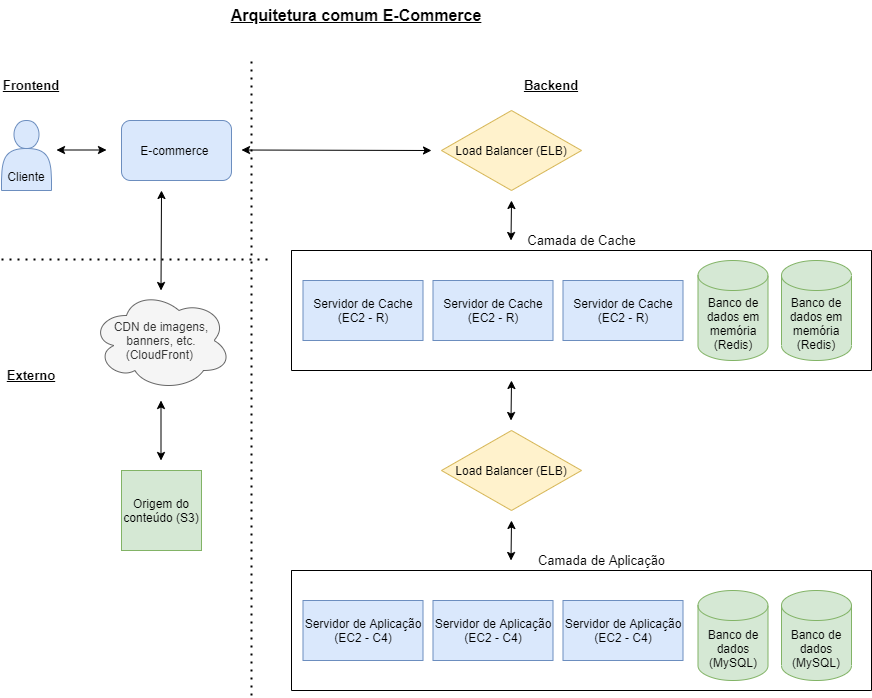
This is e-commerce.drawio.png from delesposte/Architecture, a draw.io export, as it was before one commit. Source tidied: cells renumbered, new cells last; positions are measured from the earlier drawing's top-left corner, leaving out a move shared by most shapes. Source of this version:
```xml
<mxGraphModel>
  <root>
    <mxCell id="0" />
    <mxCell id="1" parent="0" />
    <mxCell id="2" value="&lt;br&gt;&lt;br&gt;&lt;br&gt;Cliente" style="shape=actor;whiteSpace=wrap;html=1;fillColor=#dae8fc;strokeColor=#6c8ebf;" parent="1" vertex="1">
      <mxGeometry y="120" width="50" height="70" as="geometry" />
    </mxCell>
    <mxCell id="3" value="E-commerce&amp;nbsp;" style="rounded=1;whiteSpace=wrap;html=1;fillColor=#dae8fc;strokeColor=#6c8ebf;" parent="1" vertex="1">
      <mxGeometry x="120" y="120" width="110" height="60" as="geometry" />
    </mxCell>
    <mxCell id="4" style="endArrow=classic;startArrow=classic;html=1;rounded=0;" parent="1" edge="1">
      <mxGeometry relative="1" as="geometry">
        <mxPoint x="105" y="149.5" as="sourcePoint" />
        <mxPoint x="55" y="149.5" as="targetPoint" />
      </mxGeometry>
    </mxCell>
    <mxCell id="5" value="CDN de imagens, banners, etc. (CloudFront)&amp;nbsp;" style="ellipse;shape=cloud;whiteSpace=wrap;html=1;fillColor=#f5f5f5;fontColor=#333333;strokeColor=#666666;" parent="1" vertex="1">
      <mxGeometry x="90" y="290" width="140" height="100" as="geometry" />
    </mxCell>
    <mxCell id="6" style="endArrow=classic;startArrow=classic;html=1;rounded=0;" parent="1" edge="1">
      <mxGeometry relative="1" as="geometry">
        <mxPoint x="159.5" y="460" as="sourcePoint" />
        <mxPoint x="159.5" y="400" as="targetPoint" />
      </mxGeometry>
    </mxCell>
    <mxCell id="7" value="Origem do conteúdo (S3)" style="whiteSpace=wrap;html=1;fillColor=#d5e8d4;strokeColor=#82b366;" parent="1" vertex="1">
      <mxGeometry x="120" y="470" width="80" height="80" as="geometry" />
    </mxCell>
    <mxCell id="8" style="endArrow=classic;startArrow=classic;html=1;rounded=0;" parent="1" edge="1">
      <mxGeometry relative="1" as="geometry">
        <mxPoint x="159.5" y="290" as="sourcePoint" />
        <mxPoint x="160" y="190" as="targetPoint" />
      </mxGeometry>
    </mxCell>
    <mxCell id="9" value="Load Balancer (ELB)" style="rhombus;whiteSpace=wrap;html=1;fillColor=#fff2cc;strokeColor=#d6b656;" parent="1" vertex="1">
      <mxGeometry x="440" y="110" width="140" height="80" as="geometry" />
    </mxCell>
    <mxCell id="10" style="endArrow=classic;startArrow=classic;html=1;rounded=0;" parent="1" edge="1">
      <mxGeometry relative="1" as="geometry">
        <mxPoint x="430" y="150" as="sourcePoint" />
        <mxPoint x="240" y="149.5" as="targetPoint" />
      </mxGeometry>
    </mxCell>
    <mxCell id="11" style="endArrow=none;dashed=1;html=1;dashPattern=1 3;strokeWidth=2;rounded=0;" parent="1" edge="1">
      <mxGeometry relative="1" as="geometry">
        <mxPoint x="250" y="695" as="sourcePoint" />
        <mxPoint x="250" y="55" as="targetPoint" />
      </mxGeometry>
    </mxCell>
    <mxCell id="12" value="Frontend" style="text;html=1;strokeColor=none;fillColor=none;align=center;verticalAlign=middle;whiteSpace=wrap;rounded=0;fontSize=13;fontStyle=5;" parent="1" vertex="1">
      <mxGeometry y="70" width="60" height="30" as="geometry" />
    </mxCell>
    <mxCell id="13" value="Backend" style="text;html=1;strokeColor=none;fillColor=none;align=center;verticalAlign=middle;whiteSpace=wrap;rounded=0;fontStyle=5;fontSize=13;" parent="1" vertex="1">
      <mxGeometry x="520" y="70" width="60" height="30" as="geometry" />
    </mxCell>
    <mxCell id="14" style="endArrow=none;dashed=1;html=1;dashPattern=1 3;strokeWidth=2;rounded=0;" parent="1" edge="1">
      <mxGeometry relative="1" as="geometry">
        <mxPoint y="259" as="sourcePoint" />
        <mxPoint x="270" y="259" as="targetPoint" />
      </mxGeometry>
    </mxCell>
    <mxCell id="15" value="Externo" style="text;html=1;strokeColor=none;fillColor=none;align=center;verticalAlign=middle;whiteSpace=wrap;rounded=0;fontStyle=5;fontSize=13;" parent="1" vertex="1">
      <mxGeometry y="360" width="60" height="30" as="geometry" />
    </mxCell>
    <mxCell id="16" value="Load Balancer (ELB)" style="rhombus;whiteSpace=wrap;html=1;fillColor=#fff2cc;strokeColor=#d6b656;" parent="1" vertex="1">
      <mxGeometry x="440" y="430" width="140" height="80" as="geometry" />
    </mxCell>
    <mxCell id="17" style="swimlane;startSize=0;" parent="1" vertex="1">
      <mxGeometry x="290" y="250" width="580" height="120" as="geometry" />
    </mxCell>
    <mxCell id="18" value="Banco de dados em memória (Redis)" style="shape=cylinder3;whiteSpace=wrap;html=1;boundedLbl=1;backgroundOutline=1;size=15;fillColor=#d5e8d4;strokeColor=#82b366;" parent="17" vertex="1">
      <mxGeometry x="406.5" y="10" width="70" height="100" as="geometry" />
    </mxCell>
    <mxCell id="19" value="Servidor de Cache (EC2 - R)" style="rounded=0;whiteSpace=wrap;html=1;fillColor=#dae8fc;strokeColor=#6c8ebf;" parent="17" vertex="1">
      <mxGeometry x="11.5" y="30" width="120" height="60" as="geometry" />
    </mxCell>
    <mxCell id="20" value="&lt;span&gt;Servidor de Cache (EC2 - R)&lt;/span&gt;" style="rounded=0;whiteSpace=wrap;html=1;fillColor=#dae8fc;strokeColor=#6c8ebf;" parent="17" vertex="1">
      <mxGeometry x="141.5" y="30" width="120" height="60" as="geometry" />
    </mxCell>
    <mxCell id="21" value="&lt;span&gt;Servidor de Cache (EC2 - R)&lt;/span&gt;" style="rounded=0;whiteSpace=wrap;html=1;fillColor=#dae8fc;strokeColor=#6c8ebf;" parent="17" vertex="1">
      <mxGeometry x="271.5" y="30" width="120" height="60" as="geometry" />
    </mxCell>
    <mxCell id="22" value="Banco de dados em memória (Redis)" style="shape=cylinder3;whiteSpace=wrap;html=1;boundedLbl=1;backgroundOutline=1;size=15;fillColor=#d5e8d4;strokeColor=#82b366;" parent="17" vertex="1">
      <mxGeometry x="490" y="10" width="70" height="100" as="geometry" />
    </mxCell>
    <mxCell id="23" style="endArrow=classic;startArrow=classic;html=1;rounded=0;" parent="1" edge="1">
      <mxGeometry relative="1" as="geometry">
        <mxPoint x="509.5" y="240" as="sourcePoint" />
        <mxPoint x="510" y="200" as="targetPoint" />
      </mxGeometry>
    </mxCell>
    <mxCell id="24" style="endArrow=classic;startArrow=classic;html=1;rounded=0;" parent="1" edge="1">
      <mxGeometry relative="1" as="geometry">
        <mxPoint x="509.5" y="420" as="sourcePoint" />
        <mxPoint x="510" y="380" as="targetPoint" />
      </mxGeometry>
    </mxCell>
    <mxCell id="25" style="swimlane;startSize=0;" parent="1" vertex="1">
      <mxGeometry x="290" y="570" width="580" height="120" as="geometry" />
    </mxCell>
    <mxCell id="26" value="Banco de dados (MySQL)" style="shape=cylinder3;whiteSpace=wrap;html=1;boundedLbl=1;backgroundOutline=1;size=15;fillColor=#d5e8d4;strokeColor=#82b366;" parent="25" vertex="1">
      <mxGeometry x="406.5" y="20" width="70" height="90" as="geometry" />
    </mxCell>
    <mxCell id="27" value="Servidor de Aplicação (EC2 - C4)" style="rounded=0;whiteSpace=wrap;html=1;fillColor=#dae8fc;strokeColor=#6c8ebf;" parent="25" vertex="1">
      <mxGeometry x="11.5" y="30" width="120" height="60" as="geometry" />
    </mxCell>
    <mxCell id="28" value="&lt;span&gt;Servidor de Aplicação (EC2 - C4)&lt;/span&gt;" style="rounded=0;whiteSpace=wrap;html=1;fillColor=#dae8fc;strokeColor=#6c8ebf;" parent="25" vertex="1">
      <mxGeometry x="141.5" y="30" width="120" height="60" as="geometry" />
    </mxCell>
    <mxCell id="29" value="&lt;span&gt;Servidor de Aplicação (EC2 - C4)&lt;/span&gt;" style="rounded=0;whiteSpace=wrap;html=1;fillColor=#dae8fc;strokeColor=#6c8ebf;" parent="25" vertex="1">
      <mxGeometry x="271.5" y="30" width="120" height="60" as="geometry" />
    </mxCell>
    <mxCell id="30" value="Banco de dados (MySQL)" style="shape=cylinder3;whiteSpace=wrap;html=1;boundedLbl=1;backgroundOutline=1;size=15;fillColor=#d5e8d4;strokeColor=#82b366;" parent="25" vertex="1">
      <mxGeometry x="490" y="20" width="70" height="90" as="geometry" />
    </mxCell>
    <mxCell id="31" style="endArrow=classic;startArrow=classic;html=1;rounded=0;" parent="1" edge="1">
      <mxGeometry relative="1" as="geometry">
        <mxPoint x="509.5" y="560" as="sourcePoint" />
        <mxPoint x="510" y="520" as="targetPoint" />
      </mxGeometry>
    </mxCell>
    <mxCell id="32" value="Camada de Cache" style="text;html=1;align=center;verticalAlign=middle;strokeColor=none;fillColor=none;fontSize=13;" parent="1" vertex="1">
      <mxGeometry x="520" y="230" width="120" height="20" as="geometry" />
    </mxCell>
    <mxCell id="33" value="Camada de Aplicação" style="text;html=1;align=center;verticalAlign=middle;strokeColor=none;fillColor=none;fontSize=13;" parent="1" vertex="1">
      <mxGeometry x="530" y="550" width="140" height="20" as="geometry" />
    </mxCell>
    <mxCell id="34" value="Arquitetura comum E-Commerce" style="text;html=1;strokeColor=none;fillColor=none;align=center;verticalAlign=middle;whiteSpace=wrap;rounded=0;fontSize=16;fontStyle=5;" parent="1" vertex="1">
      <mxGeometry x="220" width="270" height="30" as="geometry" />
    </mxCell>
  </root>
</mxGraphModel>
```
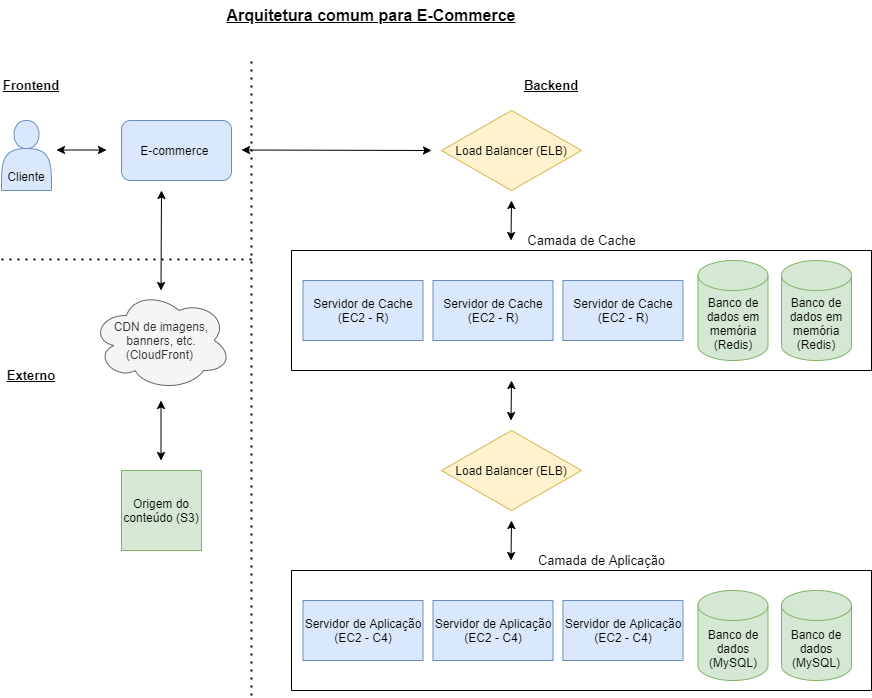
The same file after the commit.

Change to the diagram source:
```diff
@@ -56,7 +56,7 @@
     <mxCell id="14" style="endArrow=none;dashed=1;html=1;dashPattern=1 3;strokeWidth=2;rounded=0;" parent="1" edge="1">
       <mxGeometry relative="1" as="geometry">
         <mxPoint y="259" as="sourcePoint" />
-        <mxPoint x="270" y="259" as="targetPoint" />
+        <mxPoint x="250" y="259" as="targetPoint" />
       </mxGeometry>
     </mxCell>
     <mxCell id="15" value="Externo" style="text;html=1;strokeColor=none;fillColor=none;align=center;verticalAlign=middle;whiteSpace=wrap;rounded=0;fontStyle=5;fontSize=13;" parent="1" vertex="1">
@@ -125,8 +125,8 @@
     <mxCell id="33" value="Camada de Aplicação" style="text;html=1;align=center;verticalAlign=middle;strokeColor=none;fillColor=none;fontSize=13;" parent="1" vertex="1">
       <mxGeometry x="530" y="550" width="140" height="20" as="geometry" />
     </mxCell>
-    <mxCell id="34" value="Arquitetura comum E-Commerce" style="text;html=1;strokeColor=none;fillColor=none;align=center;verticalAlign=middle;whiteSpace=wrap;rounded=0;fontSize=16;fontStyle=5;" parent="1" vertex="1">
-      <mxGeometry x="220" width="270" height="30" as="geometry" />
+    <mxCell id="34" value="Arquitetura comum para E-Commerce" style="text;html=1;strokeColor=none;fillColor=none;align=center;verticalAlign=middle;whiteSpace=wrap;rounded=0;fontSize=16;fontStyle=5;" parent="1" vertex="1">
+      <mxGeometry x="220" width="300" height="30" as="geometry" />
     </mxCell>
   </root>
 </mxGraphModel>
```
